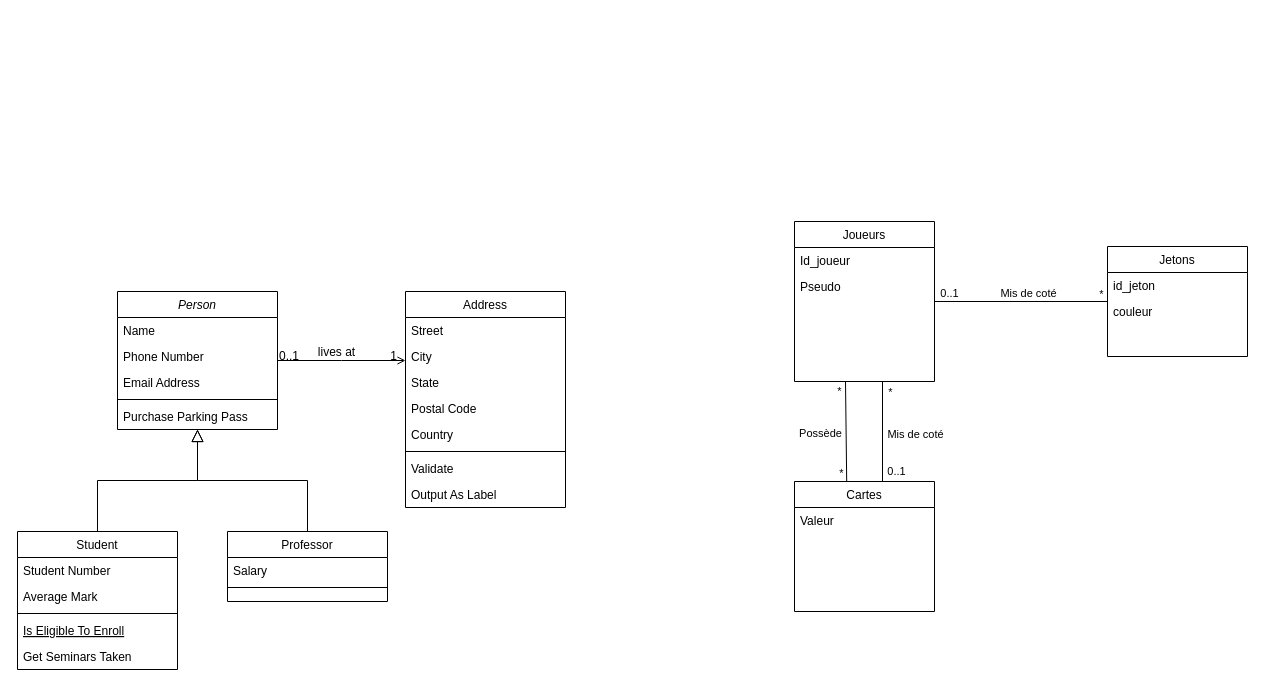
Igniiis/projet_splendor keeps this draw.io diagram as Diagrammes/Diagramme classe Maxence.drawio. Above is the earlier version. Source tidied: cells renumbered, new cells numbered last; positions are measured from the earlier drawing's top-left corner, leaving out a move shared by most shapes. Both pictures are drawn from the tidied source at 100%, with x=0, y=0 at pixel (17, 221).
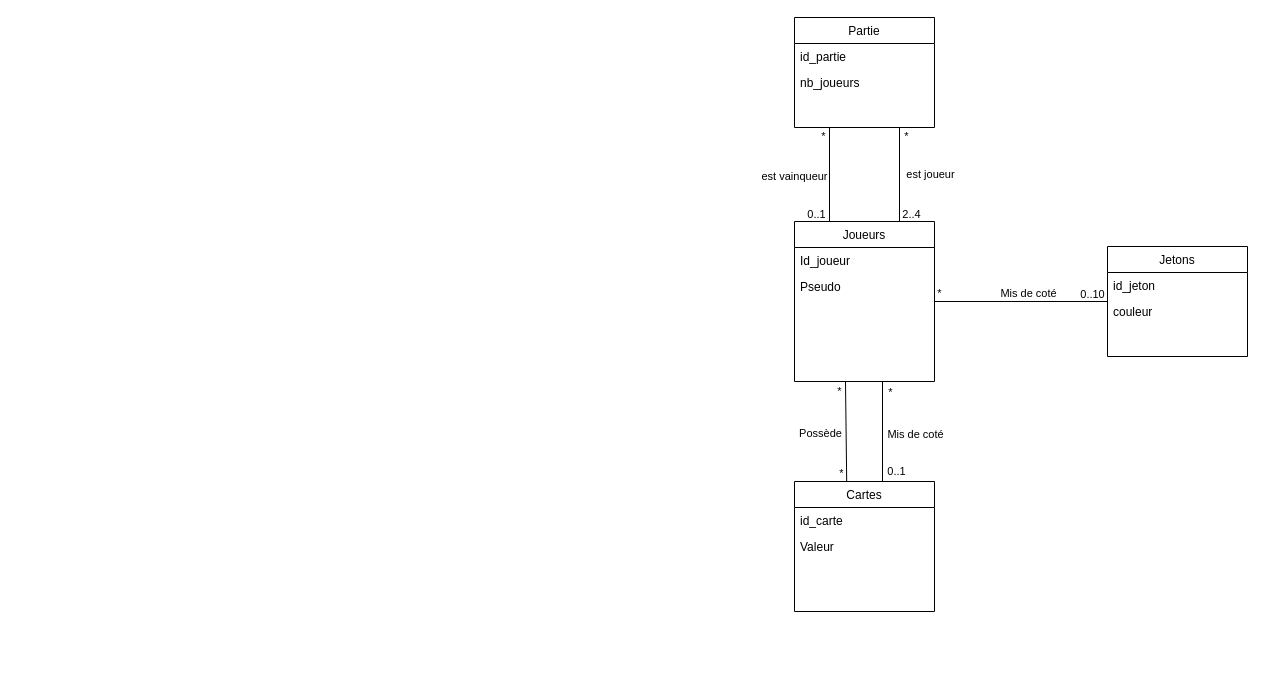
Above is the later version.

Commit message (it also covers changes not shown here):
Mettre à jour Diagramme classe Maxence.drawio

Unchanged cells that the change refers to:
```xml
<mxCell id="32" value="Joueurs" style="swimlane;fontStyle=0;align=center;verticalAlign=top;horizontal=1;startSize=26;rounded=0;shadow=0;strokeWidth=1;" parent="1" vertex="1">
  <mxGeometry x="777" width="140" height="160" as="geometry" />
</mxCell>
<mxCell id="35" value="Cartes" style="swimlane;fontStyle=0;align=center;verticalAlign=top;horizontal=1;startSize=26;rounded=0;shadow=0;strokeWidth=1;" parent="1" vertex="1">
  <mxGeometry x="777" y="260" width="140" height="130" as="geometry" />
</mxCell>
<mxCell id="48" style="endArrow=none;html=1;rounded=0;" parent="1" edge="1" source="32" target="45">
  <mxGeometry relative="1" as="geometry" />
</mxCell>
```

Change to the diagram source:
```diff
@@
-    <mxCell id="2" value="Person" style="swimlane;fontStyle=2;align=center;verticalAlign=top;horizontal=1;startSize=26;rounded=0;shadow=0;strokeWidth=1;" parent="1" vertex="1">
-      <mxGeometry x="100" y="70" width="160" height="138" as="geometry" />
-    </mxCell>
-    <mxCell id="3" value="Name" style="text;align=left;verticalAlign=top;spacingLeft=4;spacingRight=4;overflow=hidden;" parent="2" vertex="1">
-      <mxGeometry y="26" width="160" height="26" as="geometry" />
-    </mxCell>
-    <mxCell id="4" value="Phone Number" style="text;align=left;verticalAlign=top;spacingLeft=4;spacingRight=4;overflow=hidden;rounded=0;shadow=0;html=0;" parent="2" vertex="1">
-      <mxGeometry y="52" width="160" height="26" as="geometry" />
-    </mxCell>
-    <mxCell id="5" value="Email Address" style="text;align=left;verticalAlign=top;spacingLeft=4;spacingRight=4;overflow=hidden;rounded=0;shadow=0;html=0;" parent="2" vertex="1">
-      <mxGeometry y="78" width="160" height="26" as="geometry" />
-    </mxCell>
-    <mxCell id="6" style="line;html=1;strokeWidth=1;align=left;verticalAlign=middle;spacingTop=-1;spacingLeft=3;spacingRight=3;labelPosition=right;" parent="2" vertex="1">
-      <mxGeometry y="104" width="160" height="8" as="geometry" />
-    </mxCell>
-    <mxCell id="7" value="Purchase Parking Pass" style="text;align=left;verticalAlign=top;spacingLeft=4;spacingRight=4;overflow=hidden;" parent="2" vertex="1">
-      <mxGeometry y="112" width="160" height="26" as="geometry" />
-    </mxCell>
-    <mxCell id="8" value="Student" style="swimlane;fontStyle=0;align=center;verticalAlign=top;horizontal=1;startSize=26;rounded=0;shadow=0;strokeWidth=1;" parent="1" vertex="1">
-      <mxGeometry y="310" width="160" height="138" as="geometry" />
-    </mxCell>
-    <mxCell id="9" value="Student Number" style="text;align=left;verticalAlign=top;spacingLeft=4;spacingRight=4;overflow=hidden;" parent="8" vertex="1">
-      <mxGeometry y="26" width="160" height="26" as="geometry" />
-    </mxCell>
-    <mxCell id="10" value="Average Mark" style="text;align=left;verticalAlign=top;spacingLeft=4;spacingRight=4;overflow=hidden;rounded=0;shadow=0;html=0;" parent="8" vertex="1">
-      <mxGeometry y="52" width="160" height="26" as="geometry" />
-    </mxCell>
-    <mxCell id="11" style="line;html=1;strokeWidth=1;align=left;verticalAlign=middle;spacingTop=-1;spacingLeft=3;spacingRight=3;labelPosition=right;" parent="8" vertex="1">
-      <mxGeometry y="78" width="160" height="8" as="geometry" />
-    </mxCell>
-    <mxCell id="12" value="Is Eligible To Enroll" style="text;align=left;verticalAlign=top;spacingLeft=4;spacingRight=4;overflow=hidden;fontStyle=4;" parent="8" vertex="1">
-      <mxGeometry y="86" width="160" height="26" as="geometry" />
-    </mxCell>
-    <mxCell id="13" value="Get Seminars Taken" style="text;align=left;verticalAlign=top;spacingLeft=4;spacingRight=4;overflow=hidden;" parent="8" vertex="1">
-      <mxGeometry y="112" width="160" height="26" as="geometry" />
-    </mxCell>
-    <mxCell id="14" style="endArrow=block;endSize=10;endFill=0;shadow=0;strokeWidth=1;rounded=0;edgeStyle=elbowEdgeStyle;elbow=vertical;" parent="1" edge="1" source="8" target="2">
-      <mxGeometry relative="1" as="geometry" />
-    </mxCell>
-    <mxCell id="15" value="Professor" style="swimlane;fontStyle=0;align=center;verticalAlign=top;horizontal=1;startSize=26;rounded=0;shadow=0;strokeWidth=1;" parent="1" vertex="1">
-      <mxGeometry x="210" y="310" width="160" height="70" as="geometry" />
-    </mxCell>
-    <mxCell id="16" value="Salary" style="text;align=left;verticalAlign=top;spacingLeft=4;spacingRight=4;overflow=hidden;" parent="15" vertex="1">
-      <mxGeometry y="26" width="160" height="26" as="geometry" />
-    </mxCell>
-    <mxCell id="17" style="line;html=1;strokeWidth=1;align=left;verticalAlign=middle;spacingTop=-1;spacingLeft=3;spacingRight=3;labelPosition=right;" parent="15" vertex="1">
-      <mxGeometry y="52" width="160" height="8" as="geometry" />
-    </mxCell>
-    <mxCell id="18" style="endArrow=block;endSize=10;endFill=0;shadow=0;strokeWidth=1;rounded=0;edgeStyle=elbowEdgeStyle;elbow=vertical;" parent="1" edge="1" source="15" target="2">
-      <mxGeometry relative="1" as="geometry" />
-    </mxCell>
-    <mxCell id="19" value="Address" style="swimlane;fontStyle=0;align=center;verticalAlign=top;horizontal=1;startSize=26;rounded=0;shadow=0;strokeWidth=1;" parent="1" vertex="1">
-      <mxGeometry x="388" y="70" width="160" height="216" as="geometry" />
-    </mxCell>
-    <mxCell id="20" value="Street" style="text;align=left;verticalAlign=top;spacingLeft=4;spacingRight=4;overflow=hidden;" parent="19" vertex="1">
-      <mxGeometry y="26" width="160" height="26" as="geometry" />
-    </mxCell>
-    <mxCell id="21" value="City" style="text;align=left;verticalAlign=top;spacingLeft=4;spacingRight=4;overflow=hidden;rounded=0;shadow=0;html=0;" parent="19" vertex="1">
-      <mxGeometry y="52" width="160" height="26" as="geometry" />
-    </mxCell>
-    <mxCell id="22" value="State" style="text;align=left;verticalAlign=top;spacingLeft=4;spacingRight=4;overflow=hidden;rounded=0;shadow=0;html=0;" parent="19" vertex="1">
-      <mxGeometry y="78" width="160" height="26" as="geometry" />
-    </mxCell>
-    <mxCell id="23" value="Postal Code" style="text;align=left;verticalAlign=top;spacingLeft=4;spacingRight=4;overflow=hidden;rounded=0;shadow=0;html=0;" parent="19" vertex="1">
-      <mxGeometry y="104" width="160" height="26" as="geometry" />
-    </mxCell>
-    <mxCell id="24" value="Country" style="text;align=left;verticalAlign=top;spacingLeft=4;spacingRight=4;overflow=hidden;rounded=0;shadow=0;html=0;" parent="19" vertex="1">
-      <mxGeometry y="130" width="160" height="26" as="geometry" />
-    </mxCell>
-    <mxCell id="25" style="line;html=1;strokeWidth=1;align=left;verticalAlign=middle;spacingTop=-1;spacingLeft=3;spacingRight=3;labelPosition=right;" parent="19" vertex="1">
-      <mxGeometry y="156" width="160" height="8" as="geometry" />
-    </mxCell>
-    <mxCell id="26" value="Validate" style="text;align=left;verticalAlign=top;spacingLeft=4;spacingRight=4;overflow=hidden;" parent="19" vertex="1">
-      <mxGeometry y="164" width="160" height="26" as="geometry" />
-    </mxCell>
-    <mxCell id="27" value="Output As Label" style="text;align=left;verticalAlign=top;spacingLeft=4;spacingRight=4;overflow=hidden;" parent="19" vertex="1">
-      <mxGeometry y="190" width="160" height="26" as="geometry" />
-    </mxCell>
-    <mxCell id="28" style="endArrow=open;shadow=0;strokeWidth=1;rounded=0;endFill=1;edgeStyle=elbowEdgeStyle;elbow=vertical;" parent="1" edge="1" source="2" target="19">
-      <mxGeometry x="0.5" y="41" relative="1" as="geometry">
-        <mxPoint x="-40" y="32" as="offset" />
-      </mxGeometry>
-    </mxCell>
-    <mxCell id="29" value="0..1" style="align=left;verticalAlign=bottom;labelBackgroundColor=none;fontSize=12;" parent="28" vertex="1">
-      <mxGeometry x="-1" relative="1" as="geometry">
-        <mxPoint y="4" as="offset" />
-      </mxGeometry>
-    </mxCell>
-    <mxCell id="30" value="1" style="align=right;verticalAlign=bottom;labelBackgroundColor=none;fontSize=12;" parent="28" vertex="1">
-      <mxGeometry x="1" relative="1" as="geometry">
-        <mxPoint x="-7" y="4" as="offset" />
-      </mxGeometry>
-    </mxCell>
-    <mxCell id="31" value="lives at" style="text;html=1;align=center;verticalAlign=middle;labelBackgroundColor=none;rounded=0;shadow=0;strokeWidth=1;fontSize=12;" parent="28" vertex="1">
-      <mxGeometry x="0.5" y="49" relative="1" as="geometry">
-        <mxPoint x="-38" y="40" as="offset" />
-      </mxGeometry>
-    </mxCell>
@@
+    <mxCell id="52" value="id_carte" style="text;align=left;verticalAlign=top;spacingLeft=4;spacingRight=4;overflow=hidden;" parent="35" vertex="1">
+      <mxGeometry y="26" width="140" height="26" as="geometry" />
+    </mxCell>
     <mxCell id="36" value="Valeur" style="text;align=left;verticalAlign=top;spacingLeft=4;spacingRight=4;overflow=hidden;" parent="35" vertex="1">
-      <mxGeometry y="26" width="140" height="26" as="geometry" />
+      <mxGeometry y="52" width="140" height="26" as="geometry" />
     </mxCell>
@@
-    <mxCell id="50" value="0..1" style="edgeLabel;html=1;align=center;verticalAlign=middle;" parent="48" vertex="1">
+    <mxCell id="50" value="*" style="edgeLabel;html=1;align=center;verticalAlign=middle;" parent="48" vertex="1">
       <mxGeometry x="0.75" relative="1" as="geometry">
-        <mxPoint x="-137" y="-9" as="offset" />
+        <mxPoint x="-147" y="-9" as="offset" />
       </mxGeometry>
     </mxCell>
-    <mxCell id="51" value="*" style="edgeLabel;html=1;align=center;verticalAlign=middle;" parent="48" vertex="1">
+    <mxCell id="51" value="0..10" style="edgeLabel;html=1;align=center;verticalAlign=middle;" parent="48" vertex="1">
       <mxGeometry x="0.78" relative="1" as="geometry">
-        <mxPoint x="12" y="-8" as="offset" />
+        <mxPoint x="3" y="-8" as="offset" />
       </mxGeometry>
     </mxCell>
+    <mxCell id="53" style="endArrow=none;html=1;rounded=0;exitX=0.75;exitY=1;exitDx=0;exitDy=0;entryX=0.75;entryY=0;entryDx=0;entryDy=0;" parent="1" edge="1" source="57" target="32">
+      <mxGeometry relative="1" as="geometry" />
+    </mxCell>
+    <mxCell id="54" value="est joueur" style="edgeLabel;html=1;align=center;verticalAlign=middle;" parent="53" vertex="1">
+      <mxGeometry x="0.11" y="2" relative="1" as="geometry">
+        <mxPoint x="28" y="-6" as="offset" />
+      </mxGeometry>
+    </mxCell>
+    <mxCell id="55" value="*" style="edgeLabel;html=1;align=center;verticalAlign=middle;" parent="53" vertex="1">
+      <mxGeometry x="0.75" relative="1" as="geometry">
+        <mxPoint x="6" y="-74" as="offset" />
+      </mxGeometry>
+    </mxCell>
+    <mxCell id="56" value="2..4" style="edgeLabel;html=1;align=center;verticalAlign=middle;" parent="53" vertex="1">
+      <mxGeometry x="0.78" relative="1" as="geometry">
+        <mxPoint x="11" y="2" as="offset" />
+      </mxGeometry>
+    </mxCell>
+    <mxCell id="57" value="Partie" style="swimlane;fontStyle=0;align=center;verticalAlign=top;horizontal=1;startSize=26;rounded=0;shadow=0;strokeWidth=1;" parent="1" vertex="1">
+      <mxGeometry x="777" y="-204" width="140" height="110" as="geometry" />
+    </mxCell>
+    <mxCell id="58" value="id_partie" style="text;align=left;verticalAlign=top;spacingLeft=4;spacingRight=4;overflow=hidden;" parent="57" vertex="1">
+      <mxGeometry y="26" width="140" height="26" as="geometry" />
+    </mxCell>
+    <mxCell id="59" value="nb_joueurs" style="text;align=left;verticalAlign=top;spacingLeft=4;spacingRight=4;overflow=hidden;rounded=0;shadow=0;html=0;" parent="57" vertex="1">
+      <mxGeometry y="52" width="140" height="26" as="geometry" />
+    </mxCell>
+    <mxCell id="60" style="endArrow=none;html=1;rounded=0;exitX=0.25;exitY=1;exitDx=0;exitDy=0;entryX=0.25;entryY=0;entryDx=0;entryDy=0;" parent="1" edge="1" source="57" target="32">
+      <mxGeometry relative="1" as="geometry" />
+    </mxCell>
+    <mxCell id="61" value="est vainqueur" style="edgeLabel;html=1;align=center;verticalAlign=middle;" parent="60" vertex="1">
+      <mxGeometry x="0.11" y="2" relative="1" as="geometry">
+        <mxPoint x="-38" y="-4" as="offset" />
+      </mxGeometry>
+    </mxCell>
+    <mxCell id="62" value="*" style="edgeLabel;html=1;align=center;verticalAlign=middle;" parent="60" vertex="1">
+      <mxGeometry x="0.75" relative="1" as="geometry">
+        <mxPoint x="-7" y="-74" as="offset" />
+      </mxGeometry>
+    </mxCell>
+    <mxCell id="29" value="0..1" style="edgeLabel;html=1;align=center;verticalAlign=middle;" parent="60" vertex="1">
+      <mxGeometry x="0.78" relative="1" as="geometry">
+        <mxPoint x="-14" y="2" as="offset" />
+      </mxGeometry>
+    </mxCell>
```
